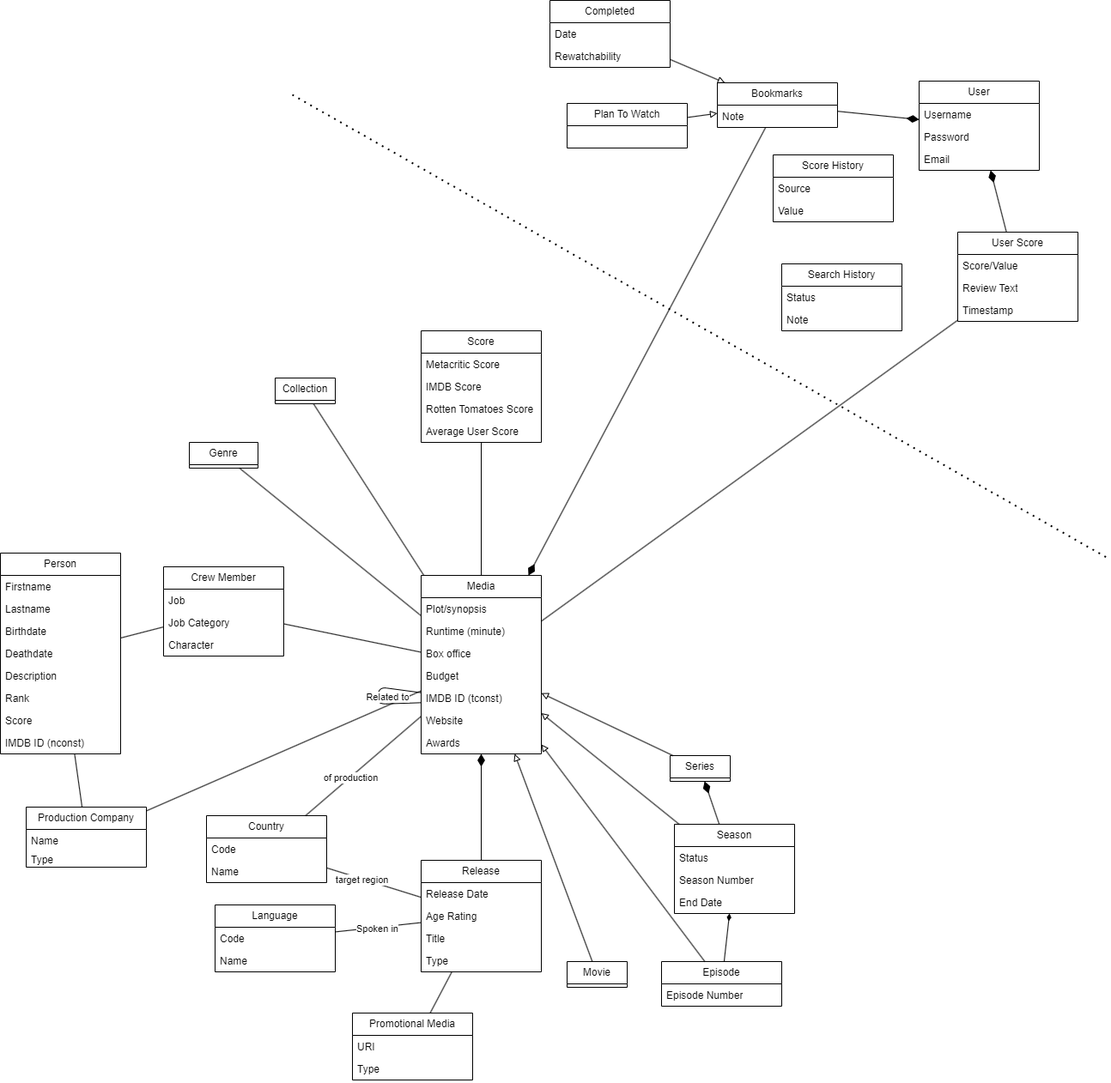
The draw.io diagram domain_model.drawio.png in RUC-MSc-CS-CIT-2024/portfolio_subproject_1, before a commit. Source tidied: cells renumbered, new cells last; positions are measured from the earlier drawing's top-left corner, leaving out a move shared by most shapes.
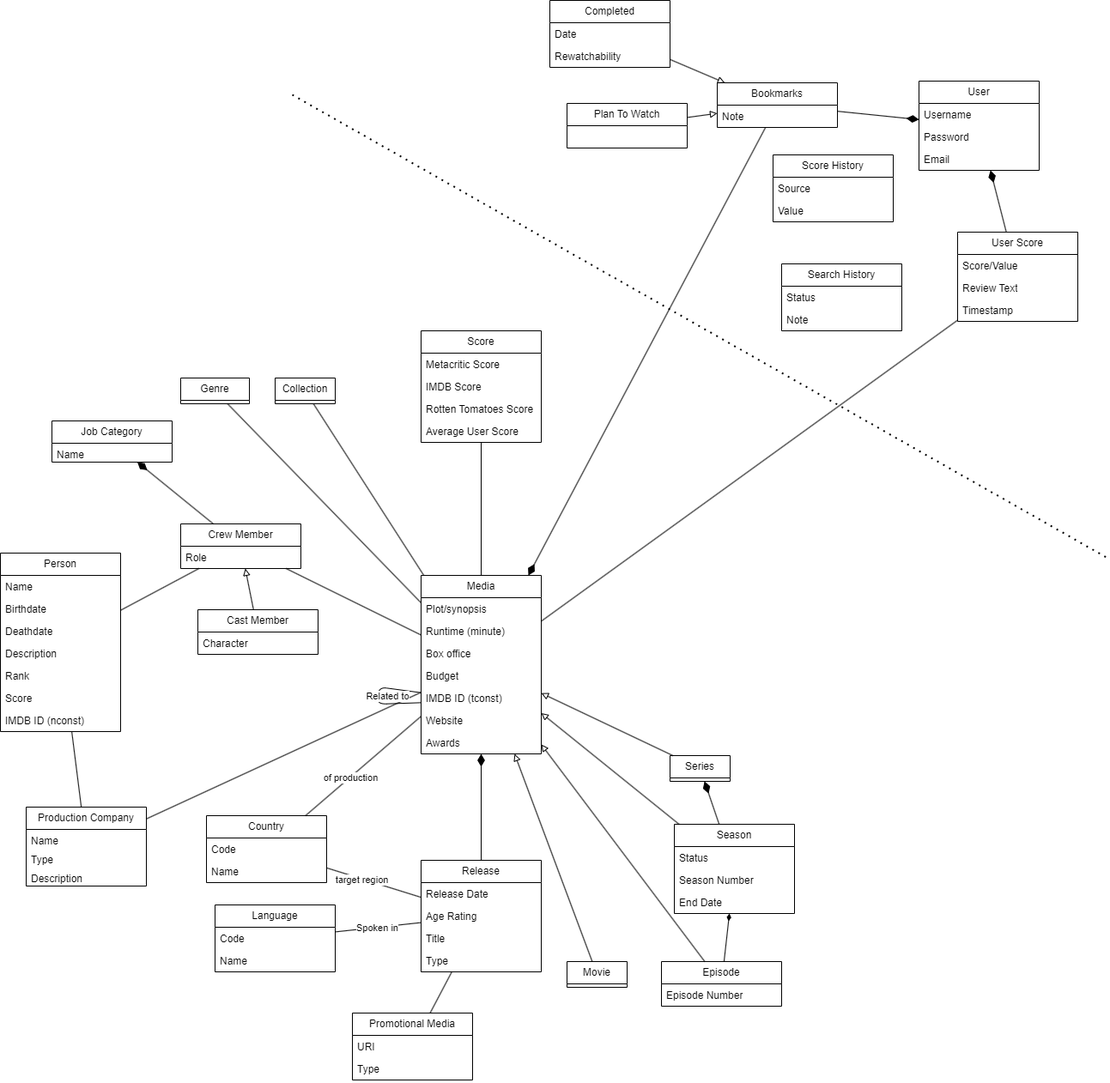
The same diagram one commit later.

Commit message:
feat: add cast member table

Diff of the diagram source:
```diff
@@ -87,7 +87,7 @@
       <mxGeometry relative="1" as="geometry" />
     </mxCell>
     <mxCell id="30" value="Genre" style="swimlane;fontStyle=0;horizontal=1;startSize=26;fillColor=none;whiteSpace=wrap;html=1;" parent="1" vertex="1" collapsed="1">
-      <mxGeometry x="220" y="515" width="80" height="30" as="geometry" />
+      <mxGeometry x="210" y="440" width="80" height="30" as="geometry" />
     </mxCell>
     <mxCell id="31" style="rounded=0;jettySize=auto;html=1;endArrow=diamondThin;endFill=1;endSize=12;" parent="1" edge="1" source="34" target="7">
       <mxGeometry relative="1" as="geometry" />
@@ -119,13 +119,16 @@
       <mxGeometry relative="1" as="geometry" />
     </mxCell>
     <mxCell id="40" value="Production Company" style="swimlane;fontStyle=0;horizontal=1;startSize=26;fillColor=none;whiteSpace=wrap;html=1;" parent="1" vertex="1">
-      <mxGeometry x="30" y="940" width="140" height="70" as="geometry" />
+      <mxGeometry x="30" y="940" width="140" height="92" as="geometry" />
     </mxCell>
     <mxCell id="41" value="Name" style="text;strokeColor=none;fillColor=none;align=left;verticalAlign=top;spacingLeft=4;spacingRight=4;overflow=hidden;whiteSpace=wrap;html=1;" parent="40" vertex="1">
       <mxGeometry y="26" width="140" height="22" as="geometry" />
     </mxCell>
+    <mxCell id="105" value="Type" style="text;strokeColor=none;fillColor=none;align=left;verticalAlign=top;spacingLeft=4;spacingRight=4;overflow=hidden;whiteSpace=wrap;html=1;" parent="40" vertex="1">
+      <mxGeometry y="48" width="140" height="22" as="geometry" />
+    </mxCell>
-    <mxCell id="42" value="Type" style="text;strokeColor=none;fillColor=none;align=left;verticalAlign=top;spacingLeft=4;spacingRight=4;overflow=hidden;whiteSpace=wrap;html=1;" parent="40" vertex="1">
-      <mxGeometry y="48" width="140" height="22" as="geometry" />
+    <mxCell id="42" value="Description" style="text;strokeColor=none;fillColor=none;align=left;verticalAlign=top;spacingLeft=4;spacingRight=4;overflow=hidden;whiteSpace=wrap;html=1;" parent="40" vertex="1">
+      <mxGeometry y="70" width="140" height="22" as="geometry" />
     </mxCell>
     <mxCell id="43" value="Collection" style="swimlane;fontStyle=0;horizontal=1;startSize=26;fillColor=none;whiteSpace=wrap;html=1;" parent="1" vertex="1" collapsed="1">
       <mxGeometry x="320" y="440" width="70" height="30" as="geometry" />
@@ -137,31 +140,28 @@
       <mxGeometry relative="1" as="geometry" />
     </mxCell>
     <mxCell id="46" value="Person" style="swimlane;fontStyle=0;horizontal=1;startSize=26;fillColor=none;whiteSpace=wrap;html=1;" parent="1" vertex="1">
-      <mxGeometry y="644" width="140" height="234" as="geometry" />
+      <mxGeometry y="644" width="140" height="208" as="geometry" />
     </mxCell>
-    <mxCell id="47" value="Firstname" style="text;strokeColor=none;fillColor=none;align=left;verticalAlign=top;spacingLeft=4;spacingRight=4;overflow=hidden;whiteSpace=wrap;html=1;" parent="46" vertex="1">
-      <mxGeometry y="26" width="140" height="26" as="geometry" />
-    </mxCell>
-    <mxCell id="48" value="Lastname" style="text;strokeColor=none;fillColor=none;align=left;verticalAlign=top;spacingLeft=4;spacingRight=4;overflow=hidden;whiteSpace=wrap;html=1;" parent="46" vertex="1">
-      <mxGeometry y="52" width="140" height="26" as="geometry" />
+    <mxCell id="48" value="Name" style="text;strokeColor=none;fillColor=none;align=left;verticalAlign=top;spacingLeft=4;spacingRight=4;overflow=hidden;whiteSpace=wrap;html=1;" parent="46" vertex="1">
+      <mxGeometry y="26" width="140" height="26" as="geometry" />
     </mxCell>
     <mxCell id="49" value="Birthdate" style="text;strokeColor=none;fillColor=none;align=left;verticalAlign=top;spacingLeft=4;spacingRight=4;overflow=hidden;whiteSpace=wrap;html=1;" parent="46" vertex="1">
-      <mxGeometry y="78" width="140" height="26" as="geometry" />
+      <mxGeometry y="52" width="140" height="26" as="geometry" />
     </mxCell>
     <mxCell id="50" value="Deathdate" style="text;strokeColor=none;fillColor=none;align=left;verticalAlign=top;spacingLeft=4;spacingRight=4;overflow=hidden;whiteSpace=wrap;html=1;" parent="46" vertex="1">
-      <mxGeometry y="104" width="140" height="26" as="geometry" />
+      <mxGeometry y="78" width="140" height="26" as="geometry" />
     </mxCell>
     <mxCell id="51" value="Description" style="text;strokeColor=none;fillColor=none;align=left;verticalAlign=top;spacingLeft=4;spacingRight=4;overflow=hidden;whiteSpace=wrap;html=1;" parent="46" vertex="1">
-      <mxGeometry y="130" width="140" height="26" as="geometry" />
+      <mxGeometry y="104" width="140" height="26" as="geometry" />
     </mxCell>
     <mxCell id="52" value="Rank" style="text;strokeColor=none;fillColor=none;align=left;verticalAlign=top;spacingLeft=4;spacingRight=4;overflow=hidden;whiteSpace=wrap;html=1;" parent="46" vertex="1">
-      <mxGeometry y="156" width="140" height="26" as="geometry" />
+      <mxGeometry y="130" width="140" height="26" as="geometry" />
     </mxCell>
     <mxCell id="53" value="Score" style="text;strokeColor=none;fillColor=none;align=left;verticalAlign=top;spacingLeft=4;spacingRight=4;overflow=hidden;whiteSpace=wrap;html=1;" parent="46" vertex="1">
-      <mxGeometry y="182" width="140" height="26" as="geometry" />
+      <mxGeometry y="156" width="140" height="26" as="geometry" />
     </mxCell>
     <mxCell id="54" value="IMDB ID (nconst)" style="text;strokeColor=none;fillColor=none;align=left;verticalAlign=top;spacingLeft=4;spacingRight=4;overflow=hidden;whiteSpace=wrap;html=1;" parent="46" vertex="1">
-      <mxGeometry y="208" width="140" height="26" as="geometry" />
+      <mxGeometry y="182" width="140" height="26" as="geometry" />
     </mxCell>
     <mxCell id="55" style="rounded=0;jettySize=auto;html=1;endArrow=none;endFill=0;" parent="1" edge="1" source="56" target="7">
       <mxGeometry relative="1" as="geometry" />
@@ -209,17 +209,11 @@
       <mxGeometry y="78" width="140" height="26" as="geometry" />
     </mxCell>
     <mxCell id="70" value="Crew Member" style="swimlane;fontStyle=0;horizontal=1;startSize=26;fillColor=none;whiteSpace=wrap;html=1;" parent="1" vertex="1">
-      <mxGeometry x="190" y="660" width="140" height="104" as="geometry" />
+      <mxGeometry x="210" y="610" width="140" height="52" as="geometry" />
     </mxCell>
-    <mxCell id="71" value="Job" style="text;strokeColor=none;fillColor=none;align=left;verticalAlign=top;spacingLeft=4;spacingRight=4;overflow=hidden;whiteSpace=wrap;html=1;" parent="70" vertex="1">
+    <mxCell id="71" value="Role" style="text;strokeColor=none;fillColor=none;align=left;verticalAlign=top;spacingLeft=4;spacingRight=4;overflow=hidden;whiteSpace=wrap;html=1;" parent="70" vertex="1">
       <mxGeometry y="26" width="140" height="26" as="geometry" />
     </mxCell>
-    <mxCell id="72" value="Job Category" style="text;strokeColor=none;fillColor=none;align=left;verticalAlign=top;spacingLeft=4;spacingRight=4;overflow=hidden;points=[[0,0.5],[1,0.5]];portConstraint=eastwest;whiteSpace=wrap;html=1;" parent="70" vertex="1">
-      <mxGeometry y="52" width="140" height="26" as="geometry" />
-    </mxCell>
-    <mxCell id="73" value="Character" style="text;strokeColor=none;fillColor=none;align=left;verticalAlign=top;spacingLeft=4;spacingRight=4;overflow=hidden;whiteSpace=wrap;html=1;" parent="70" vertex="1">
-      <mxGeometry y="78" width="140" height="26" as="geometry" />
-    </mxCell>
     <mxCell id="74" style="rounded=0;jettySize=auto;html=1;endArrow=diamondThin;endFill=1;startArrow=none;startFill=0;endSize=12;" parent="1" edge="1" source="76" target="7">
       <mxGeometry relative="1" as="geometry" />
     </mxCell>
@@ -327,5 +321,23 @@
     <mxCell id="104" value="Name" style="text;strokeColor=none;fillColor=none;align=left;verticalAlign=top;spacingLeft=4;spacingRight=4;overflow=hidden;whiteSpace=wrap;html=1;" parent="102" vertex="1">
       <mxGeometry y="52" width="140" height="26" as="geometry" />
     </mxCell>
+    <mxCell id="106" style="edgeStyle=none;html=1;endArrow=none;endFill=0;startArrow=diamondThin;startFill=1;endSize=6;startSize=12;" parent="1" edge="1" source="72" target="70">
+      <mxGeometry relative="1" as="geometry" />
+    </mxCell>
+    <mxCell id="72" value="Job Category" style="swimlane;fontStyle=0;horizontal=1;startSize=26;fillColor=none;whiteSpace=wrap;html=1;" parent="1" vertex="1">
+      <mxGeometry x="60" y="490" width="140" height="48" as="geometry" />
+    </mxCell>
+    <mxCell id="107" value="Name" style="text;strokeColor=none;fillColor=none;align=left;verticalAlign=top;spacingLeft=4;spacingRight=4;overflow=hidden;whiteSpace=wrap;html=1;" parent="72" vertex="1">
+      <mxGeometry y="26" width="140" height="22" as="geometry" />
+    </mxCell>
+    <mxCell id="108" style="edgeStyle=none;html=1;endArrow=block;endFill=0;" parent="1" edge="1" source="109" target="70">
+      <mxGeometry relative="1" as="geometry" />
+    </mxCell>
+    <mxCell id="109" value="Cast Member" style="swimlane;fontStyle=0;horizontal=1;startSize=26;fillColor=none;whiteSpace=wrap;html=1;" parent="1" vertex="1">
+      <mxGeometry x="230" y="710" width="140" height="52" as="geometry" />
+    </mxCell>
+    <mxCell id="73" value="Character" style="text;strokeColor=none;fillColor=none;align=left;verticalAlign=top;spacingLeft=4;spacingRight=4;overflow=hidden;whiteSpace=wrap;html=1;" parent="109" vertex="1">
+      <mxGeometry y="26" width="140" height="26" as="geometry" />
+    </mxCell>
   </root>
 </mxGraphModel>
```
